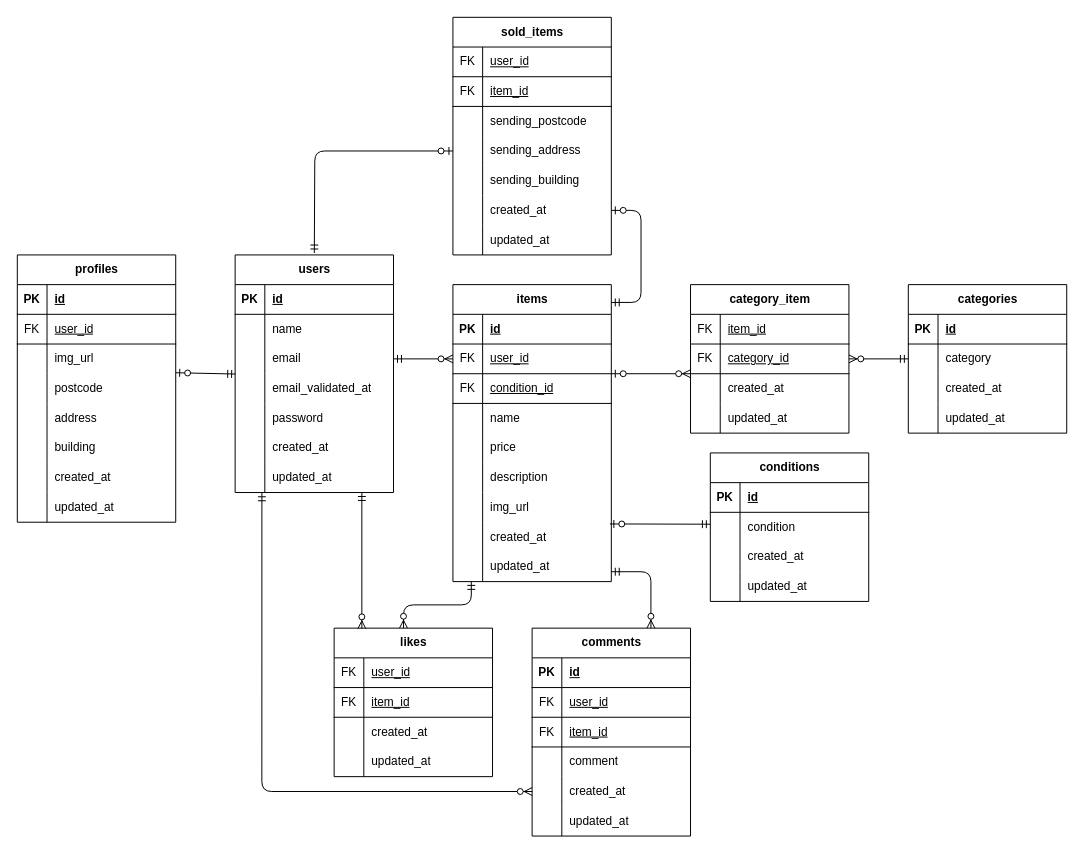
The draw.io diagram src/.drawio in bunta27/free-market-app, before the edit. Source tidied: cells renumbered, new cells numbered last; positions are measured from the earlier drawing's top-left corner, leaving out a move shared by most shapes. Both pictures are drawn from the tidied source at 99%, with x=0, y=0 at pixel (17, 17).
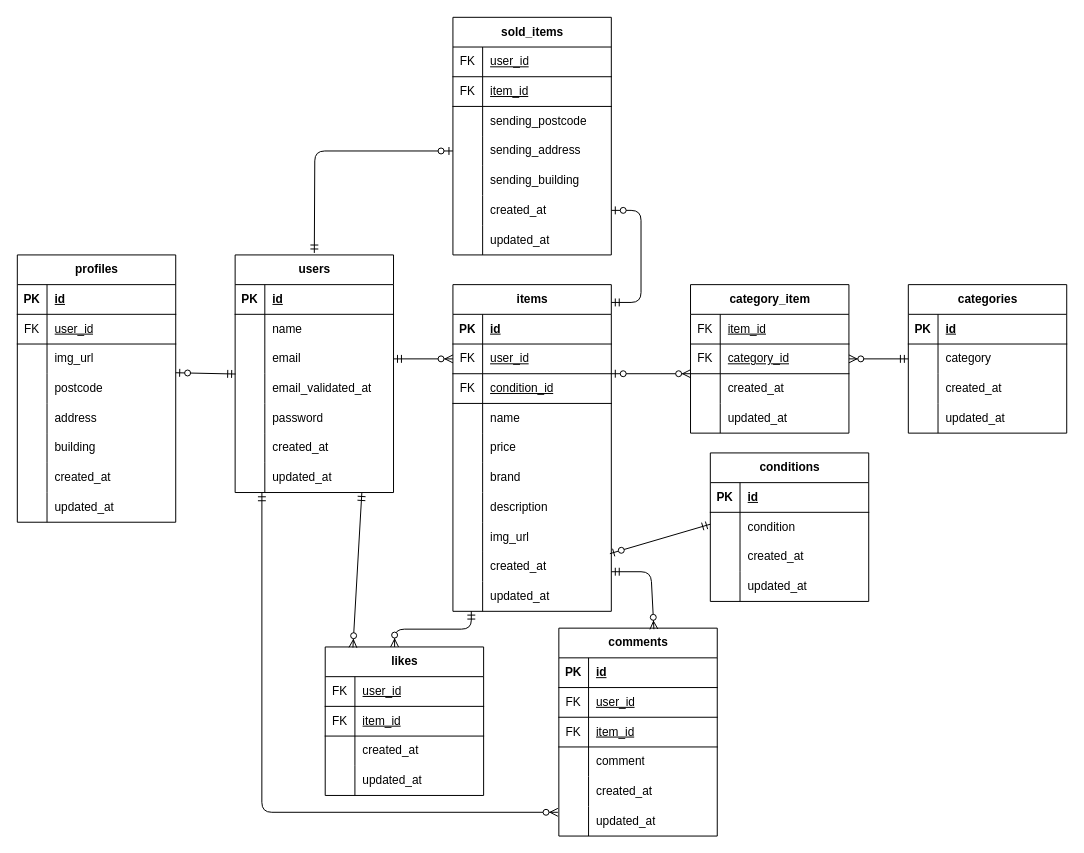
The same diagram, later.

The change refers to these unchanged cells:
```xml
<mxCell id="21" style="shape=tableRow;horizontal=0;startSize=0;swimlaneHead=0;swimlaneBody=0;fillColor=none;points=[[0,0.5],[1,0.5]];portConstraint=eastwest;top=0;left=0;right=0;bottom=0;" parent="2" vertex="1">
  <mxGeometry y="210" width="160" height="30" as="geometry" />
</mxCell>
<mxCell id="125" style="shape=tableRow;horizontal=0;startSize=0;swimlaneHead=0;swimlaneBody=0;fillColor=none;points=[[0,0.5],[1,0.5]];portConstraint=eastwest;top=0;left=0;right=0;bottom=0;" parent="112" vertex="1">
  <mxGeometry y="150" width="160" height="30" as="geometry" />
</mxCell>
<mxCell id="128" style="shape=tableRow;horizontal=0;startSize=0;swimlaneHead=0;swimlaneBody=0;fillColor=none;points=[[0,0.5],[1,0.5]];portConstraint=eastwest;top=0;left=0;right=0;bottom=0;" parent="112" vertex="1">
  <mxGeometry y="180" width="160" height="30" as="geometry" />
</mxCell>
```

What changed in the source:
```diff
@@
     <mxCell id="49" value="items" style="shape=table;startSize=30;childLayout=tableLayout;rowLines=0;fontStyle=1;align=center;html=1;" parent="1" vertex="1">
-      <mxGeometry x="440" y="270" width="160" height="300" as="geometry" />
+      <mxGeometry x="440" y="270" width="160" height="330" as="geometry" />
     </mxCell>
@@
+    <mxCell id="181" style="shape=tableRow;horizontal=0;startSize=0;swimlaneHead=0;swimlaneBody=0;fillColor=none;top=0;left=0;right=0;bottom=0;" parent="49" vertex="1">
+      <mxGeometry y="180" width="160" height="30" as="geometry" />
+    </mxCell>
+    <mxCell id="182" style="shape=partialRectangle;fillColor=none;top=0;left=0;bottom=0;right=0;overflow=hidden;whiteSpace=wrap;html=1;" parent="181" vertex="1">
+      <mxGeometry width="30" height="30" as="geometry" />
+    </mxCell>
+    <mxCell id="183" value="brand" style="shape=partialRectangle;fillColor=none;top=0;left=0;bottom=0;right=0;align=left;spacingLeft=6;overflow=hidden;whiteSpace=wrap;html=1;" parent="181" vertex="1">
+      <mxGeometry x="30" width="130" height="30" as="geometry" />
+    </mxCell>
     <mxCell id="65" style="shape=tableRow;horizontal=0;startSize=0;swimlaneHead=0;swimlaneBody=0;fillColor=none;top=0;left=0;right=0;bottom=0;" parent="49" vertex="1">
-      <mxGeometry y="180" width="160" height="30" as="geometry" />
+      <mxGeometry y="210" width="160" height="30" as="geometry" />
     </mxCell>
@@
     <mxCell id="68" style="shape=tableRow;horizontal=0;startSize=0;swimlaneHead=0;swimlaneBody=0;fillColor=none;top=0;left=0;right=0;bottom=0;" parent="49" vertex="1">
-      <mxGeometry y="210" width="160" height="30" as="geometry" />
+      <mxGeometry y="240" width="160" height="30" as="geometry" />
     </mxCell>
@@
     <mxCell id="71" style="shape=tableRow;horizontal=0;startSize=0;swimlaneHead=0;swimlaneBody=0;fillColor=none;points=[[0,0.5],[1,0.5]];portConstraint=eastwest;top=0;left=0;right=0;bottom=0;" parent="49" vertex="1">
-      <mxGeometry y="240" width="160" height="30" as="geometry" />
+      <mxGeometry y="270" width="160" height="30" as="geometry" />
     </mxCell>
@@
     <mxCell id="74" style="shape=tableRow;horizontal=0;startSize=0;swimlaneHead=0;swimlaneBody=0;fillColor=none;points=[[0,0.5],[1,0.5]];portConstraint=eastwest;top=0;left=0;right=0;bottom=0;" parent="49" vertex="1">
-      <mxGeometry y="270" width="160" height="30" as="geometry" />
+      <mxGeometry y="300" width="160" height="30" as="geometry" />
     </mxCell>
@@
     <mxCell id="99" value="likes" style="shape=table;startSize=30;childLayout=tableLayout;rowLines=0;fontStyle=1;align=center;html=1;" parent="1" vertex="1">
-      <mxGeometry x="320" y="617" width="160" height="150" as="geometry" />
+      <mxGeometry x="311" y="636" width="160" height="150" as="geometry" />
     </mxCell>
@@
     <mxCell id="112" value="comments" style="shape=table;startSize=30;childLayout=tableLayout;rowLines=0;fontStyle=1;align=center;html=1;" parent="1" vertex="1">
-      <mxGeometry x="520" y="617" width="160" height="210" as="geometry" />
+      <mxGeometry x="547" y="617" width="160" height="210" as="geometry" />
     </mxCell>
@@
-    <mxCell id="176" style="edgeStyle=orthogonalEdgeStyle;fontSize=12;html=1;endArrow=ERzeroToMany;startArrow=ERmandOne;entryX=0;entryY=0.5;entryDx=0;entryDy=0;exitX=0.169;exitY=1.01;exitDx=0;exitDy=0;exitPerimeter=0;" parent="1" edge="1" source="21" target="125">
+    <mxCell id="176" style="edgeStyle=orthogonalEdgeStyle;fontSize=12;html=1;endArrow=ERzeroToMany;startArrow=ERmandOne;exitX=0.169;exitY=1.01;exitDx=0;exitDy=0;exitPerimeter=0;entryX=-0.006;entryY=0.2;entryDx=0;entryDy=0;entryPerimeter=0;" parent="1" edge="1" source="21" target="128">
       <mxGeometry relative="1" as="geometry" />
     </mxCell>
@@
-    <mxCell id="179" style="fontSize=12;html=1;endArrow=ERzeroToMany;startArrow=ERmandOne;entryX=0.75;entryY=0;entryDx=0;entryDy=0;" parent="1" edge="1" target="112">
+    <mxCell id="179" style="fontSize=12;html=1;endArrow=ERzeroToMany;startArrow=ERmandOne;entryX=0.6;entryY=0.005;entryDx=0;entryDy=0;entryPerimeter=0;" parent="1" edge="1" target="112">
       <mxGeometry relative="1" as="geometry">
         <mxPoint x="600" y="560" as="sourcePoint" />
         <Array as="points">
           <mxPoint x="640" y="560" />
         </Array>
       </mxGeometry>
     </mxCell>
```
